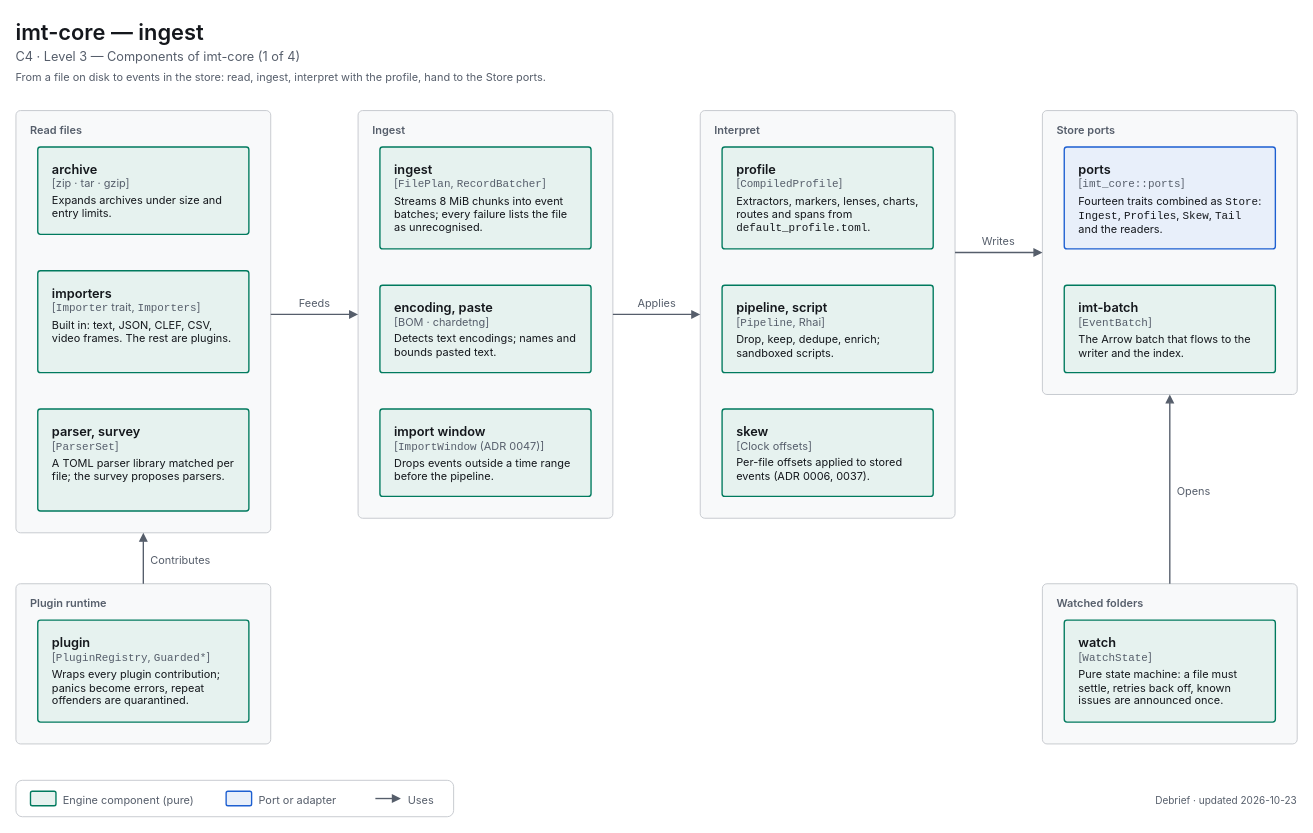
Above: docs/diagrams/c4-3-engine-ingest.drawio in decryp7/integrated_maintenance_tool (draw.io), before the change. Source tidied: cells renumbered, new cells numbered last; positions are measured from the earlier drawing's top-left corner, leaving out a move shared by most shapes. Both pictures are drawn from the tidied source at 91%, with x=0, y=0 at pixel (15, 15).
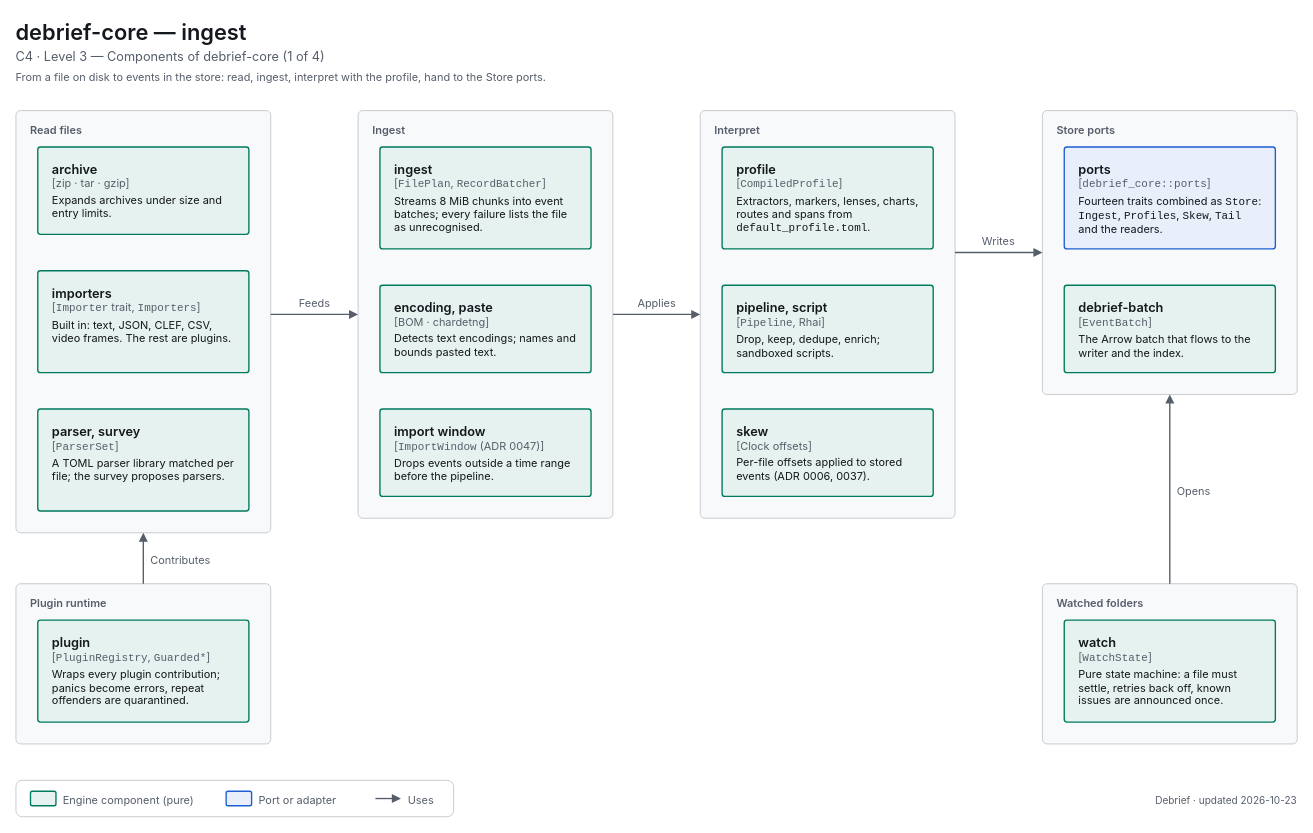
The same diagram, later.

The edit, as a diff of the source:
```diff
@@
-    <mxCell id="2" value="&lt;span style=&quot;font-size:24px;font-weight:600&quot;&gt;imt-core — ingest&lt;/span&gt;" style="html=1;whiteSpace=wrap;fontFamily=-apple-system,BlinkMacSystemFont,Segoe UI,system-ui,sans-serif;fontSize=12;fontColor=light-dark(#14171C,#ECEEF1);text;strokeColor=none;fillColor=none;align=left;verticalAlign=top;spacing=0;fontColor=light-dark(#14171C,#ECEEF1);" parent="1" vertex="1">
+    <mxCell id="2" value="&lt;span style=&quot;font-size:24px;font-weight:600&quot;&gt;debrief-core — ingest&lt;/span&gt;" style="html=1;whiteSpace=wrap;fontFamily=-apple-system,BlinkMacSystemFont,Segoe UI,system-ui,sans-serif;fontSize=12;fontColor=light-dark(#14171C,#ECEEF1);text;strokeColor=none;fillColor=none;align=left;verticalAlign=top;spacing=0;fontColor=light-dark(#14171C,#ECEEF1);" parent="1" vertex="1">
       <mxGeometry width="1376" height="32" as="geometry" />
     </mxCell>
-    <mxCell id="3" value="&lt;span style=&quot;font-size:14px;font-weight:400&quot;&gt;C4 · Level 3 — Components of imt-core (1 of 4)&lt;/span&gt;" style="html=1;whiteSpace=wrap;fontFamily=-apple-system,BlinkMacSystemFont,Segoe UI,system-ui,sans-serif;fontSize=12;fontColor=light-dark(#14171C,#ECEEF1);text;strokeColor=none;fillColor=none;align=left;verticalAlign=top;spacing=0;fontColor=light-dark(#565E6B,#A0A7B2);" parent="1" vertex="1">
+    <mxCell id="3" value="&lt;span style=&quot;font-size:14px;font-weight:400&quot;&gt;C4 · Level 3 — Components of debrief-core (1 of 4)&lt;/span&gt;" style="html=1;whiteSpace=wrap;fontFamily=-apple-system,BlinkMacSystemFont,Segoe UI,system-ui,sans-serif;fontSize=12;fontColor=light-dark(#14171C,#ECEEF1);text;strokeColor=none;fillColor=none;align=left;verticalAlign=top;spacing=0;fontColor=light-dark(#565E6B,#A0A7B2);" parent="1" vertex="1">
       <mxGeometry y="32" width="1376" height="24" as="geometry" />
     </mxCell>
@@
-    <mxCell id="18" value="&lt;span style=&quot;font-size:14px;font-weight:600&quot;&gt;ports&lt;/span&gt;&lt;br&gt;&lt;span style=&quot;font-size:12px;color:light-dark(#565E6B,#A0A7B2)&quot;&gt;[&lt;span style=&quot;font-family:ui-monospace,SF Mono,Cascadia Mono,Consolas,monospace;white-space:nowrap&quot;&gt;imt_core::ports&lt;/span&gt;]&lt;/span&gt;&lt;br&gt;&lt;div style=&quot;margin-top:4px;font-size:12px&quot;&gt;Fourteen traits combined as &lt;span style=&quot;font-family:ui-monospace,SF Mono,Cascadia Mono,Consolas,monospace;white-space:nowrap&quot;&gt;Store&lt;/span&gt;: &lt;span style=&quot;font-family:ui-monospace,SF Mono,Cascadia Mono,Consolas,monospace;white-space:nowrap&quot;&gt;Ingest&lt;/span&gt;, &lt;span style=&quot;font-family:ui-monospace,SF Mono,Cascadia Mono,Consolas,monospace;white-space:nowrap&quot;&gt;Profiles&lt;/span&gt;, &lt;span style=&quot;font-family:ui-monospace,SF Mono,Cascadia Mono,Consolas,monospace;white-space:nowrap&quot;&gt;Skew&lt;/span&gt;, &lt;span style=&quot;font-family:ui-monospace,SF Mono,Cascadia Mono,Consolas,monospace;white-space:nowrap&quot;&gt;Tail&lt;/span&gt; and the readers.&lt;/div&gt;" style="html=1;whiteSpace=wrap;fontFamily=-apple-system,BlinkMacSystemFont,Segoe UI,system-ui,sans-serif;fontSize=12;fontColor=light-dark(#14171C,#ECEEF1);rounded=1;absoluteArcSize=1;arcSize=6;strokeWidth=1.5;strokeColor=light-dark(#1D5FD1,#5B9BFF);fillColor=light-dark(#E8EFFA,#202C3F);align=left;verticalAlign=top;spacingLeft=14;spacingRight=14;spacingTop=10;spacingBottom=8;" parent="1" vertex="1">
+    <mxCell id="18" value="&lt;span style=&quot;font-size:14px;font-weight:600&quot;&gt;ports&lt;/span&gt;&lt;br&gt;&lt;span style=&quot;font-size:12px;color:light-dark(#565E6B,#A0A7B2)&quot;&gt;[&lt;span style=&quot;font-family:ui-monospace,SF Mono,Cascadia Mono,Consolas,monospace;white-space:nowrap&quot;&gt;debrief_core::ports&lt;/span&gt;]&lt;/span&gt;&lt;br&gt;&lt;div style=&quot;margin-top:4px;font-size:12px&quot;&gt;Fourteen traits combined as &lt;span style=&quot;font-family:ui-monospace,SF Mono,Cascadia Mono,Consolas,monospace;white-space:nowrap&quot;&gt;Store&lt;/span&gt;: &lt;span style=&quot;font-family:ui-monospace,SF Mono,Cascadia Mono,Consolas,monospace;white-space:nowrap&quot;&gt;Ingest&lt;/span&gt;, &lt;span style=&quot;font-family:ui-monospace,SF Mono,Cascadia Mono,Consolas,monospace;white-space:nowrap&quot;&gt;Profiles&lt;/span&gt;, &lt;span style=&quot;font-family:ui-monospace,SF Mono,Cascadia Mono,Consolas,monospace;white-space:nowrap&quot;&gt;Skew&lt;/span&gt;, &lt;span style=&quot;font-family:ui-monospace,SF Mono,Cascadia Mono,Consolas,monospace;white-space:nowrap&quot;&gt;Tail&lt;/span&gt; and the readers.&lt;/div&gt;" style="html=1;whiteSpace=wrap;fontFamily=-apple-system,BlinkMacSystemFont,Segoe UI,system-ui,sans-serif;fontSize=12;fontColor=light-dark(#14171C,#ECEEF1);rounded=1;absoluteArcSize=1;arcSize=6;strokeWidth=1.5;strokeColor=light-dark(#1D5FD1,#5B9BFF);fillColor=light-dark(#E8EFFA,#202C3F);align=left;verticalAlign=top;spacingLeft=14;spacingRight=14;spacingTop=10;spacingBottom=8;" parent="1" vertex="1">
       <mxGeometry x="1152" y="144" width="232" height="112" as="geometry" />
     </mxCell>
-    <mxCell id="19" value="&lt;span style=&quot;font-size:14px;font-weight:600&quot;&gt;imt-batch&lt;/span&gt;&lt;br&gt;&lt;span style=&quot;font-size:12px;color:light-dark(#565E6B,#A0A7B2)&quot;&gt;[&lt;span style=&quot;font-family:ui-monospace,SF Mono,Cascadia Mono,Consolas,monospace;white-space:nowrap&quot;&gt;EventBatch&lt;/span&gt;]&lt;/span&gt;&lt;br&gt;&lt;div style=&quot;margin-top:4px;font-size:12px&quot;&gt;The Arrow batch that flows to the writer and the index.&lt;/div&gt;" style="html=1;whiteSpace=wrap;fontFamily=-apple-system,BlinkMacSystemFont,Segoe UI,system-ui,sans-serif;fontSize=12;fontColor=light-dark(#14171C,#ECEEF1);rounded=1;absoluteArcSize=1;arcSize=6;strokeWidth=1.5;strokeColor=light-dark(#007A5E,#2EC4A0);fillColor=light-dark(#E6F2EF,#193330);align=left;verticalAlign=top;spacingLeft=14;spacingRight=14;spacingTop=10;spacingBottom=8;" parent="1" vertex="1">
+    <mxCell id="19" value="&lt;span style=&quot;font-size:14px;font-weight:600&quot;&gt;debrief-batch&lt;/span&gt;&lt;br&gt;&lt;span style=&quot;font-size:12px;color:light-dark(#565E6B,#A0A7B2)&quot;&gt;[&lt;span style=&quot;font-family:ui-monospace,SF Mono,Cascadia Mono,Consolas,monospace;white-space:nowrap&quot;&gt;EventBatch&lt;/span&gt;]&lt;/span&gt;&lt;br&gt;&lt;div style=&quot;margin-top:4px;font-size:12px&quot;&gt;The Arrow batch that flows to the writer and the index.&lt;/div&gt;" style="html=1;whiteSpace=wrap;fontFamily=-apple-system,BlinkMacSystemFont,Segoe UI,system-ui,sans-serif;fontSize=12;fontColor=light-dark(#14171C,#ECEEF1);rounded=1;absoluteArcSize=1;arcSize=6;strokeWidth=1.5;strokeColor=light-dark(#007A5E,#2EC4A0);fillColor=light-dark(#E6F2EF,#193330);align=left;verticalAlign=top;spacingLeft=14;spacingRight=14;spacingTop=10;spacingBottom=8;" parent="1" vertex="1">
       <mxGeometry x="1152" y="296" width="232" height="96" as="geometry" />
     </mxCell>
```
